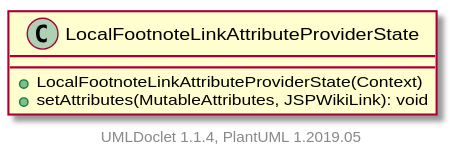
Before: apidocs/2.11.0.M8-SNAPSHOT/org/apache/wiki/markdown/extensions/jspwikilinks/attributeprovider/LocalFootnoteLinkAttributeProviderState.svg, a diagram exported from PlantUML (apache/jspwiki-site).
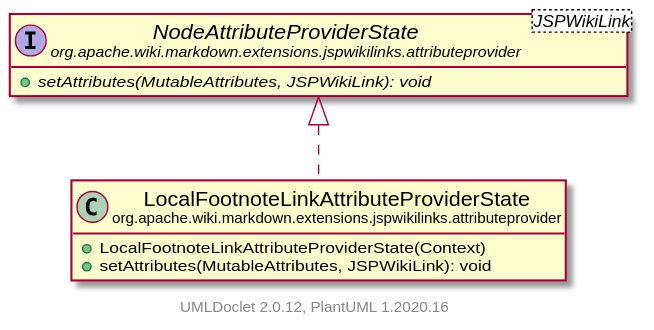
The same file after the commit.

The edit, as a diff of the source:
```diff
@@ -1,10 +1,18 @@
 @startuml
+    set namespaceSeparator none
+    hide empty fields
+    hide empty methods
 
-    class LocalFootnoteLinkAttributeProviderState [[LocalFootnoteLinkAttributeProviderState.html]] {
+    class "<size:14>LocalFootnoteLinkAttributeProviderState\n<size:10>org.apache.wiki.markdown.extensions.jspwikilinks.attributeprovider" as org.apache.wiki.markdown.extensions.jspwikilinks.attributeprovider.LocalFootnoteLinkAttributeProviderState [[LocalFootnoteLinkAttributeProviderState.html]] {
         +LocalFootnoteLinkAttributeProviderState(Context)
         +setAttributes(MutableAttributes, JSPWikiLink): void
     }
 
+    interface "<size:14>NodeAttributeProviderState\n<size:10>org.apache.wiki.markdown.extensions.jspwikilinks.attributeprovider" as org.apache.wiki.markdown.extensions.jspwikilinks.attributeprovider.NodeAttributeProviderState<JSPWikiLink> [[NodeAttributeProviderState.html]] {
+        {abstract} +setAttributes(MutableAttributes, JSPWikiLink): void
+    }
 
-    center footer UMLDoclet 1.1.4, PlantUML 1.2019.05
+    org.apache.wiki.markdown.extensions.jspwikilinks.attributeprovider.NodeAttributeProviderState <|.. org.apache.wiki.markdown.extensions.jspwikilinks.attributeprovider.LocalFootnoteLinkAttributeProviderState
+
+    center footer UMLDoclet 2.0.12, PlantUML 1.2020.16
 @enduml
```
